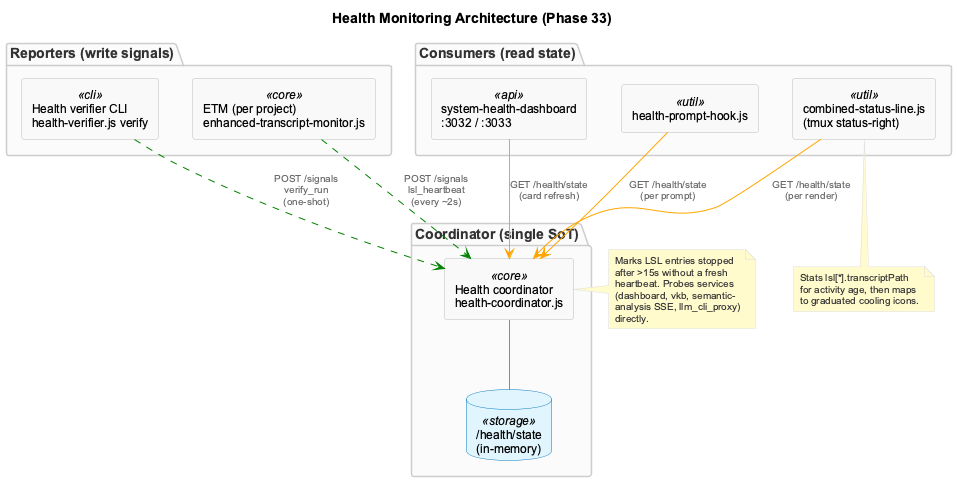
Earlier version of the PlantUML export docs/images/health-coordinator-architecture.png (fwornle/coding).
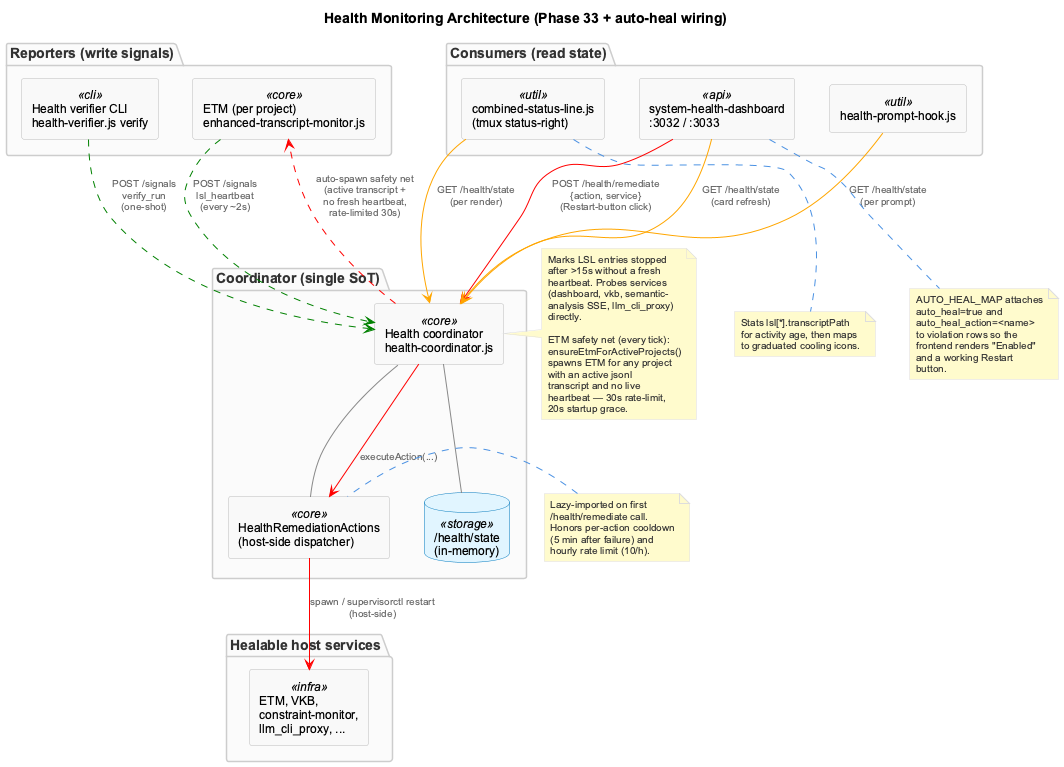
After the commit.

Commit message:
docs(health): cover auto-heal wiring (coordinator /health/remediate + ETM safety net)

The edit, as a diff of the source:
```diff
@@ -1,7 +1,7 @@
 @startuml health-coordinator-architecture
 !include _standard-style.puml
 
-title Health Monitoring Architecture (Phase 33)
+title Health Monitoring Architecture (Phase 33 + auto-heal wiring)
 
 top to bottom direction
 
@@ -13,13 +13,19 @@
 package "Coordinator (single SoT)" {
   rectangle "Health coordinator\nhealth-coordinator.js" as COORD <<core>>
   database "/health/state\n(in-memory)" as STATE <<storage>>
+  rectangle "HealthRemediationActions\n(host-side dispatcher)" as REMEDIATE <<core>>
   COORD -[#888]- STATE
+  COORD -[#888]- REMEDIATE
 }
 
 package "Consumers (read state)" {
   rectangle "combined-status-line.js\n(tmux status-right)" as STATUSLINE <<util>>
   rectangle "system-health-dashboard\n:3032 / :3033" as DASHBOARD <<api>>
   rectangle "health-prompt-hook.js" as HOOK <<util>>
+}
+
+package "Healable host services" {
+  rectangle "ETM, VKB,\nconstraint-monitor,\nllm_cli_proxy, ..." as TARGETS <<infra>>
 }
 
 ETM -[#green,dashed]-> COORD : POST /signals\nlsl_heartbeat\n(every ~2s)
@@ -29,6 +35,11 @@
 DASHBOARD  -[#orange]-> COORD : GET /health/state\n(card refresh)
 HOOK       -[#orange]-> COORD : GET /health/state\n(per prompt)
 
+DASHBOARD -[#red]-> COORD : POST /health/remediate\n{action, service}\n(Restart-button click)
+COORD -[#red]-> REMEDIATE : executeAction(...)
+REMEDIATE -[#red]-> TARGETS : spawn / supervisorctl restart\n(host-side)
+COORD -[#red,dashed]-> ETM : auto-spawn safety net\n(active transcript +\nno fresh heartbeat,\nrate-limited 30s)
+
 note right of COORD
   Marks LSL entries stopped
   after >15s without a fresh
@@ -36,6 +47,32 @@
   (dashboard, vkb, semantic-
   analysis SSE, llm_cli_proxy)
   directly.
+
+  ETM safety net (every tick):
+  ensureEtmForActiveProjects()
+  spawns ETM for any project
+  with an active jsonl
+  transcript and no live
+  heartbeat — 30s rate-limit,
+  20s startup grace.
+end note
+
+note left of REMEDIATE
+  Lazy-imported on first
+  /health/remediate call.
+  Honors per-action cooldown
+  (5 min after failure) and
+  hourly rate limit (10/h).
+end note
+
+note bottom of DASHBOARD
+  AUTO_HEAL_MAP attaches
+  auto_heal=true and
+  auto_heal_action=<name>
+  to violation rows so the
+  frontend renders "Enabled"
+  and a working Restart
+  button.
 end note
 
 note bottom of STATUSLINE
```
